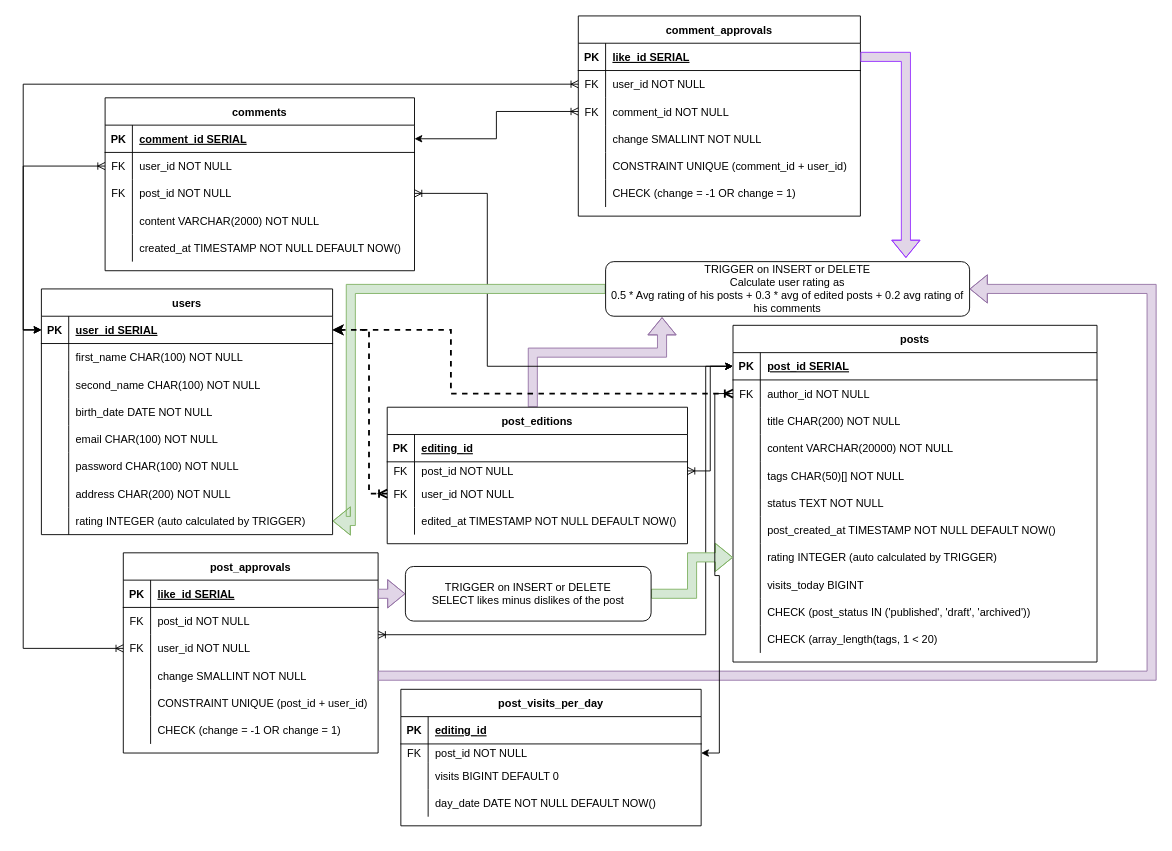
Earlier version of the draw.io diagram src/psql/design/design.drawio (darklab8/darklab_training_postgresql). Source tidied: cells renumbered, new cells numbered last; positions are measured from the earlier drawing's top-left corner, leaving out a move shared by most shapes. Both pictures are drawn from the tidied source at 91%, with x=0, y=0 at pixel (41, 15).
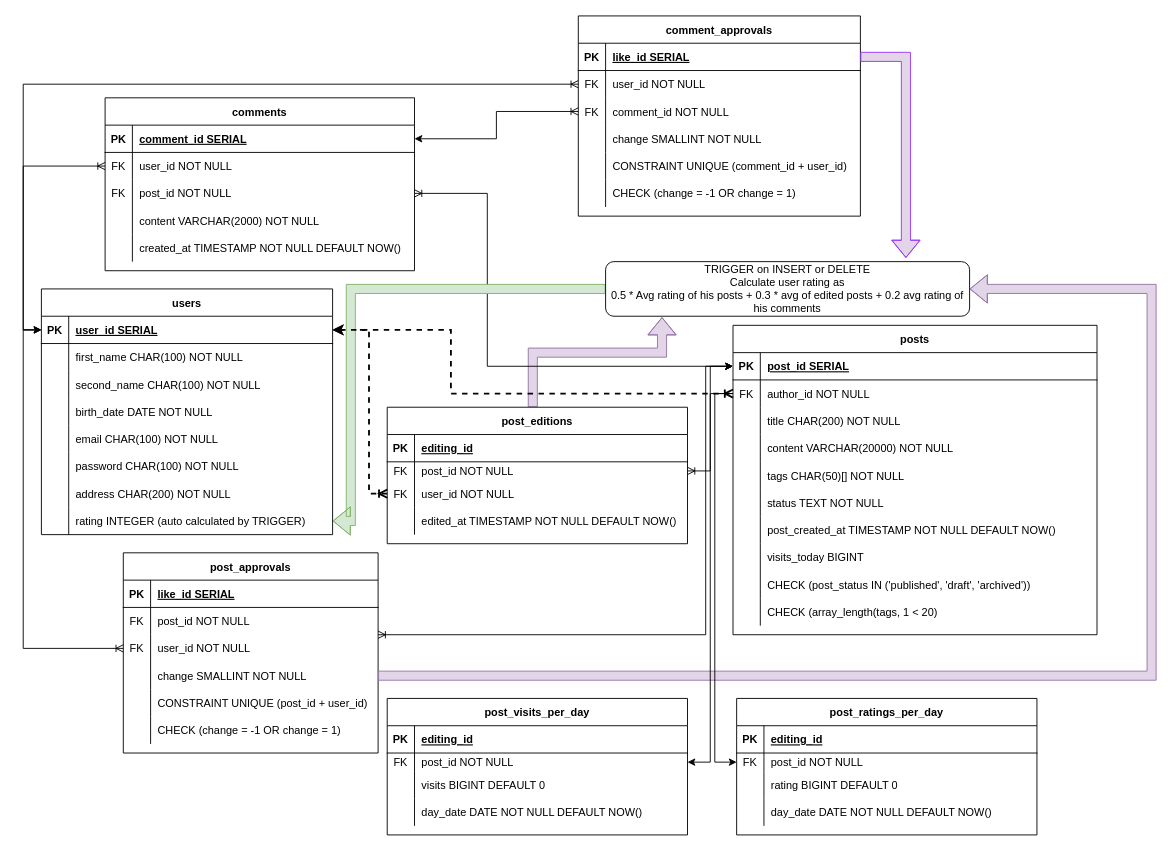
After the change.

Commit message (it also covers changes not shown here):
feat: adding day rating table

The change refers to these unchanged cells:
```xml
<mxCell id="31" style="shape=tableRow;horizontal=0;startSize=0;swimlaneHead=0;swimlaneBody=0;fillColor=none;points=[[0,0.5],[1,0.5]];portConstraint=eastwest;top=0;left=0;right=0;bottom=0;" parent="27" vertex="1">
  <mxGeometry y="60" width="400" height="30" as="geometry" />
</mxCell>
<mxCell id="63" style="shape=tableRow;horizontal=0;startSize=0;swimlaneHead=0;swimlaneBody=0;fillColor=none;points=[[0,0.5],[1,0.5]];portConstraint=eastwest;top=0;left=0;right=0;bottom=1;" parent="62" vertex="1">
  <mxGeometry y="30" width="280" height="30" as="geometry" />
</mxCell>
```

Change to the diagram source:
```diff
@@
     <mxCell id="27" value="posts" style="shape=table;startSize=30;childLayout=tableLayout;rowLines=0;fontStyle=1;align=center;" parent="1" vertex="1">
-      <mxGeometry x="760" y="340" width="400" height="370" as="geometry" />
+      <mxGeometry x="760" y="340" width="400" height="340" as="geometry" />
     </mxCell>
@@
-    <mxCell id="49" style="shape=tableRow;horizontal=0;startSize=0;swimlaneHead=0;swimlaneBody=0;fillColor=none;points=[[0,0.5],[1,0.5]];portConstraint=eastwest;top=0;left=0;right=0;bottom=0;" parent="27" vertex="1">
-      <mxGeometry y="240" width="400" height="30" as="geometry" />
-    </mxCell>
-    <mxCell id="50" style="shape=partialRectangle;fillColor=none;top=0;left=0;bottom=0;right=0;overflow=hidden;" parent="49" vertex="1">
-      <mxGeometry width="30" height="30" as="geometry" />
-    </mxCell>
-    <mxCell id="51" value="rating INTEGER (auto calculated by TRIGGER)" style="shape=partialRectangle;fillColor=none;top=0;left=0;bottom=0;right=0;align=left;spacingLeft=6;overflow=hidden;" parent="49" vertex="1">
-      <mxGeometry x="30" width="370" height="30" as="geometry" />
-    </mxCell>
     <mxCell id="52" style="shape=tableRow;horizontal=0;startSize=0;swimlaneHead=0;swimlaneBody=0;fillColor=none;top=0;left=0;right=0;bottom=0;" parent="27" vertex="1">
-      <mxGeometry y="270" width="400" height="30" as="geometry" />
+      <mxGeometry y="240" width="400" height="30" as="geometry" />
     </mxCell>
@@
     <mxCell id="55" style="shape=tableRow;horizontal=0;startSize=0;swimlaneHead=0;swimlaneBody=0;fillColor=none;top=0;left=0;right=0;bottom=0;" parent="27" vertex="1">
-      <mxGeometry y="300" width="400" height="30" as="geometry" />
+      <mxGeometry y="270" width="400" height="30" as="geometry" />
     </mxCell>
@@
     <mxCell id="58" style="shape=tableRow;horizontal=0;startSize=0;swimlaneHead=0;swimlaneBody=0;fillColor=none;top=0;left=0;right=0;bottom=0;" parent="27" vertex="1">
-      <mxGeometry y="330" width="400" height="30" as="geometry" />
+      <mxGeometry y="300" width="400" height="30" as="geometry" />
     </mxCell>
@@
-    <mxCell id="137" style="edgeStyle=orthogonalEdgeStyle;rounded=0;jettySize=auto;html=1;exitX=1;exitY=0.5;exitDx=0;exitDy=0;shape=flexArrow;fillColor=#d5e8d4;strokeColor=#82b366;" parent="1" edge="1" source="138" target="49">
-      <mxGeometry relative="1" as="geometry" />
-    </mxCell>
-    <mxCell id="138" value="TRIGGER on INSERT or DELETE&lt;br&gt;SELECT likes minus dislikes of the post" style="rounded=1;whiteSpace=wrap;html=1;" parent="1" vertex="1">
-      <mxGeometry x="400" y="605" width="270" height="60" as="geometry" />
-    </mxCell>
-    <mxCell id="139" style="edgeStyle=orthogonalEdgeStyle;rounded=0;jettySize=auto;html=1;entryX=0;entryY=0.5;entryDx=0;entryDy=0;shape=flexArrow;fillColor=#e1d5e7;strokeColor=#9673a6;" parent="1" edge="1" source="63" target="138">
-      <mxGeometry relative="1" as="geometry" />
-    </mxCell>
@@
     <mxCell id="145" value="post_visits_per_day" style="shape=table;startSize=30;childLayout=tableLayout;rowLines=0;fontStyle=1;align=center;" parent="1" vertex="1">
-      <mxGeometry x="395" y="740" width="330" height="150" as="geometry" />
+      <mxGeometry x="380" y="750" width="330" height="150" as="geometry" />
     </mxCell>
@@
+    <mxCell id="159" value="post_ratings_per_day" style="shape=table;startSize=30;childLayout=tableLayout;rowLines=0;fontStyle=1;align=center;" parent="1" vertex="1">
+      <mxGeometry x="764" y="750" width="330" height="150" as="geometry" />
+    </mxCell>
+    <mxCell id="160" style="shape=tableRow;horizontal=0;startSize=0;swimlaneHead=0;swimlaneBody=0;fillColor=none;top=0;left=0;right=0;bottom=1;" parent="159" vertex="1">
+      <mxGeometry y="30" width="330" height="30" as="geometry" />
+    </mxCell>
+    <mxCell id="161" value="PK" style="shape=partialRectangle;fillColor=none;top=0;left=0;bottom=0;right=0;fontStyle=1;overflow=hidden;" parent="160" vertex="1">
+      <mxGeometry width="30" height="30" as="geometry" />
+    </mxCell>
+    <mxCell id="162" value="editing_id" style="shape=partialRectangle;fillColor=none;top=0;left=0;bottom=0;right=0;align=left;spacingLeft=6;fontStyle=5;overflow=hidden;" parent="160" vertex="1">
+      <mxGeometry x="30" width="300" height="30" as="geometry" />
+    </mxCell>
+    <mxCell id="163" style="shape=tableRow;horizontal=0;startSize=0;swimlaneHead=0;swimlaneBody=0;fillColor=none;points=[[0,0.5],[1,0.5]];portConstraint=eastwest;top=0;left=0;right=0;bottom=0;" parent="159" vertex="1">
+      <mxGeometry y="60" width="330" height="20" as="geometry" />
+    </mxCell>
+    <mxCell id="164" value="FK" style="shape=partialRectangle;fillColor=none;top=0;left=0;bottom=0;right=0;overflow=hidden;" parent="163" vertex="1">
+      <mxGeometry width="30" height="20" as="geometry" />
+    </mxCell>
+    <mxCell id="165" value="post_id NOT NULL" style="shape=partialRectangle;fillColor=none;top=0;left=0;bottom=0;right=0;align=left;spacingLeft=6;overflow=hidden;" parent="163" vertex="1">
+      <mxGeometry x="30" width="300" height="20" as="geometry" />
+    </mxCell>
+    <mxCell id="166" style="shape=tableRow;horizontal=0;startSize=0;swimlaneHead=0;swimlaneBody=0;fillColor=none;top=0;left=0;right=0;bottom=0;" parent="159" vertex="1">
+      <mxGeometry y="80" width="330" height="30" as="geometry" />
+    </mxCell>
+    <mxCell id="167" style="shape=partialRectangle;fillColor=none;top=0;left=0;bottom=0;right=0;overflow=hidden;" parent="166" vertex="1">
+      <mxGeometry width="30" height="30" as="geometry" />
+    </mxCell>
+    <mxCell id="168" value="rating BIGINT DEFAULT 0" style="shape=partialRectangle;fillColor=none;top=0;left=0;bottom=0;right=0;align=left;spacingLeft=6;overflow=hidden;" parent="166" vertex="1">
+      <mxGeometry x="30" width="300" height="30" as="geometry" />
+    </mxCell>
+    <mxCell id="169" style="shape=tableRow;horizontal=0;startSize=0;swimlaneHead=0;swimlaneBody=0;fillColor=none;top=0;left=0;right=0;bottom=0;" parent="159" vertex="1">
+      <mxGeometry y="110" width="330" height="30" as="geometry" />
+    </mxCell>
+    <mxCell id="170" style="shape=partialRectangle;fillColor=none;top=0;left=0;bottom=0;right=0;overflow=hidden;" parent="169" vertex="1">
+      <mxGeometry width="30" height="30" as="geometry" />
+    </mxCell>
+    <mxCell id="171" value="day_date DATE NOT NULL DEFAULT NOW()" style="shape=partialRectangle;fillColor=none;top=0;left=0;bottom=0;right=0;align=left;spacingLeft=6;overflow=hidden;" parent="169" vertex="1">
+      <mxGeometry x="30" width="300" height="30" as="geometry" />
+    </mxCell>
+    <mxCell id="172" style="edgeStyle=orthogonalEdgeStyle;rounded=0;jettySize=auto;html=1;entryX=0;entryY=0.5;entryDx=0;entryDy=0;" parent="1" edge="1" source="31" target="163">
+      <mxGeometry relative="1" as="geometry" />
+    </mxCell>
```
